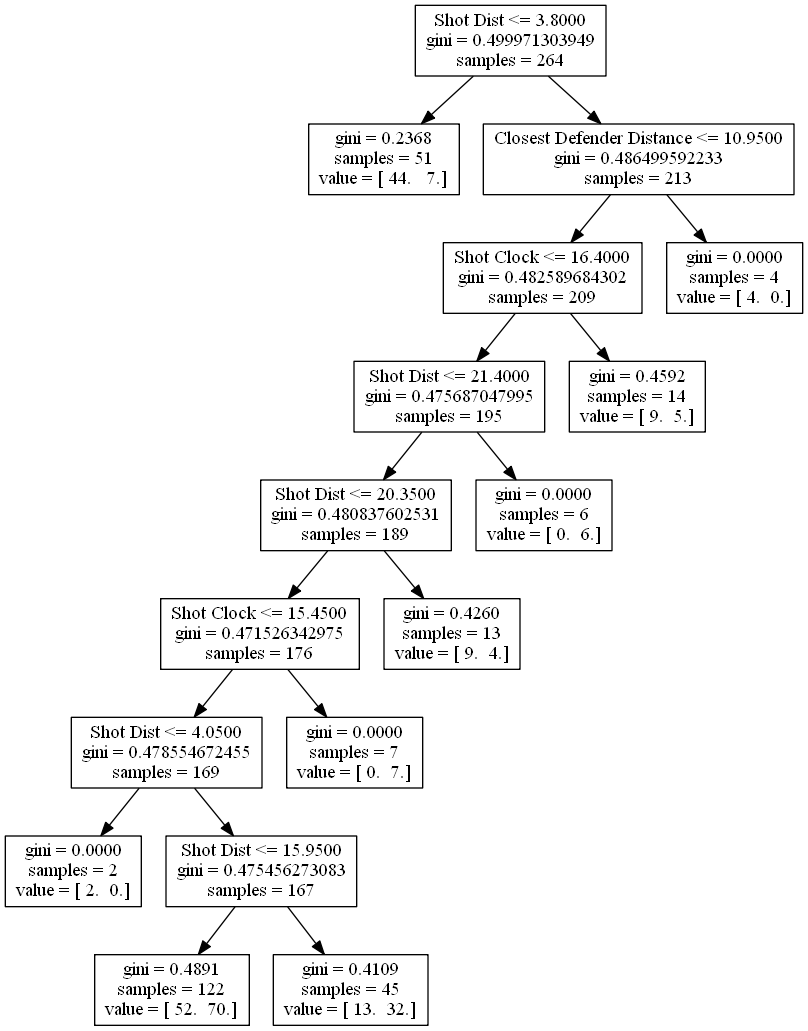
bveber/Analyze_NBA keeps this Graphviz diagram as marc_gasol.png. Above is the earlier version. Its source is kept beside it as marc_gasol.dot.
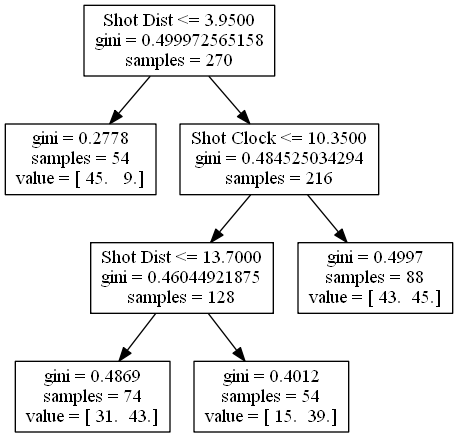
The same diagram one commit later.

Diff of the diagram source:
```diff
@@ -1,35 +1,15 @@
 digraph Tree {
-0 [label="Shot Dist <= 3.8000\ngini = 0.499971303949\nsamples = 264", shape="box"] ;
-1 [label="gini = 0.2368\nsamples = 51\nvalue = [ 44.   7.]", shape="box"] ;
+0 [label="Shot Dist <= 3.9500\ngini = 0.499972565158\nsamples = 270", shape="box"] ;
+1 [label="gini = 0.2778\nsamples = 54\nvalue = [ 45.   9.]", shape="box"] ;
 0 -> 1 ;
-2 [label="Closest Defender Distance <= 10.9500\ngini = 0.486499592233\nsamples = 213", shape="box"] ;
+2 [label="Shot Clock <= 10.3500\ngini = 0.484525034294\nsamples = 216", shape="box"] ;
 0 -> 2 ;
-3 [label="Shot Clock <= 16.4000\ngini = 0.482589684302\nsamples = 209", shape="box"] ;
+3 [label="Shot Dist <= 13.7000\ngini = 0.46044921875\nsamples = 128", shape="box"] ;
 2 -> 3 ;
-4 [label="Shot Dist <= 21.4000\ngini = 0.475687047995\nsamples = 195", shape="box"] ;
+4 [label="gini = 0.4869\nsamples = 74\nvalue = [ 31.  43.]", shape="box"] ;
 3 -> 4 ;
-5 [label="Shot Dist <= 20.3500\ngini = 0.480837602531\nsamples = 189", shape="box"] ;
-4 -> 5 ;
-6 [label="Shot Clock <= 15.4500\ngini = 0.471526342975\nsamples = 176", shape="box"] ;
-5 -> 6 ;
-7 [label="Shot Dist <= 4.0500\ngini = 0.478554672455\nsamples = 169", shape="box"] ;
-6 -> 7 ;
-8 [label="gini = 0.0000\nsamples = 2\nvalue = [ 2.  0.]", shape="box"] ;
-7 -> 8 ;
-9 [label="Shot Dist <= 15.9500\ngini = 0.475456273083\nsamples = 167", shape="box"] ;
-7 -> 9 ;
-10 [label="gini = 0.4891\nsamples = 122\nvalue = [ 52.  70.]", shape="box"] ;
-9 -> 10 ;
-11 [label="gini = 0.4109\nsamples = 45\nvalue = [ 13.  32.]", shape="box"] ;
-9 -> 11 ;
-12 [label="gini = 0.0000\nsamples = 7\nvalue = [ 0.  7.]", shape="box"] ;
-6 -> 12 ;
-13 [label="gini = 0.4260\nsamples = 13\nvalue = [ 9.  4.]", shape="box"] ;
-5 -> 13 ;
-14 [label="gini = 0.0000\nsamples = 6\nvalue = [ 0.  6.]", shape="box"] ;
-4 -> 14 ;
-15 [label="gini = 0.4592\nsamples = 14\nvalue = [ 9.  5.]", shape="box"] ;
-3 -> 15 ;
-16 [label="gini = 0.0000\nsamples = 4\nvalue = [ 4.  0.]", shape="box"] ;
-2 -> 16 ;
+5 [label="gini = 0.4012\nsamples = 54\nvalue = [ 15.  39.]", shape="box"] ;
+3 -> 5 ;
+6 [label="gini = 0.4997\nsamples = 88\nvalue = [ 43.  45.]", shape="box"] ;
+2 -> 6 ;
 }
```
